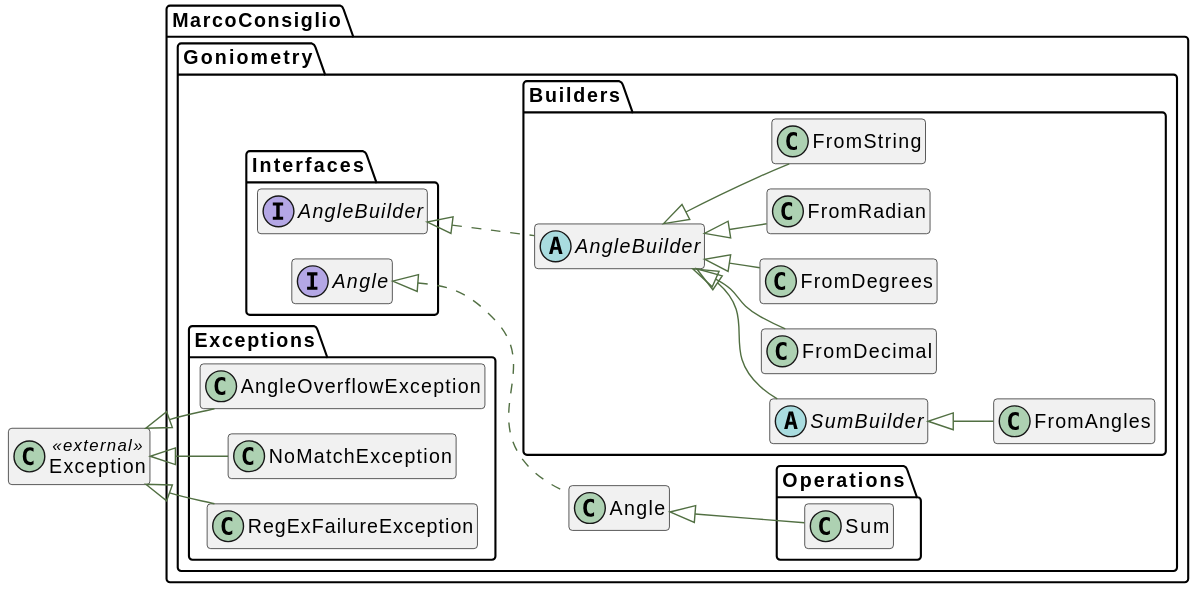
The PlantUML diagram docs/html/graphs/classes.svg in MarcoConsiglio/goniometry, before a commit. The source it was exported from:
```plantuml
@startuml
!pragma layout smetana
   skinparam ArrowColor #516f42
   skinparam activityBorderColor #516f42
   skinparam activityBackgroundColor #ffffff
   skinparam activityDiamondBorderColor #516f42
   skinparam activityDiamondBackgroundColor #ffffff
   skinparam shadowing false

skinparam shadowing false
skinparam linetype ortho
hide empty members
left to right direction
set namespaceSeparator \\

namespace MarcoConsiglio\\Goniometry\\Interfaces {
    interface "Angle" as Angle__interface  {
    }
}
namespace MarcoConsiglio\\Goniometry {
     class "Angle" as Angle__class    implements \\MarcoConsiglio\\Goniometry\\Interfaces\\Angle__interface {
    }
}
namespace MarcoConsiglio\\Goniometry\\Interfaces {
    interface "AngleBuilder" as AngleBuilder__interface  {
    }
}
namespace MarcoConsiglio\\Goniometry\\Builders {
    abstract  class "AngleBuilder" as AngleBuilder__class    implements \\MarcoConsiglio\\Goniometry\\Interfaces\\AngleBuilder__interface {
    }
}
namespace MarcoConsiglio\\Goniometry\\Builders {
    abstract  class "SumBuilder" as SumBuilder__class   extends \\MarcoConsiglio\\Goniometry\\Builders\\AngleBuilder__class  {
    }
}
namespace MarcoConsiglio\\Goniometry\\Builders {
     class "FromAngles" as FromAngles__class   extends \\MarcoConsiglio\\Goniometry\\Builders\\SumBuilder__class  {
    }
}
namespace MarcoConsiglio\\Goniometry\\Builders {
     class "FromDecimal" as FromDecimal__class   extends \\MarcoConsiglio\\Goniometry\\Builders\\AngleBuilder__class  {
    }
}
namespace MarcoConsiglio\\Goniometry\\Builders {
     class "FromDegrees" as FromDegrees__class   extends \\MarcoConsiglio\\Goniometry\\Builders\\AngleBuilder__class  {
    }
}
namespace MarcoConsiglio\\Goniometry\\Builders {
     class "FromRadian" as FromRadian__class   extends \\MarcoConsiglio\\Goniometry\\Builders\\AngleBuilder__class  {
    }
}
namespace MarcoConsiglio\\Goniometry\\Builders {
     class "FromString" as FromString__class   extends \\MarcoConsiglio\\Goniometry\\Builders\\AngleBuilder__class  {
    }
}
class "Exception" as Exception__class << external >>{
}
namespace MarcoConsiglio\\Goniometry\\Exceptions {
     class "AngleOverflowException" as AngleOverflowException__class   extends \\Exception__class  {
    }
}
namespace MarcoConsiglio\\Goniometry\\Exceptions {
     class "NoMatchException" as NoMatchException__class   extends \\Exception__class  {
    }
}
namespace MarcoConsiglio\\Goniometry\\Exceptions {
     class "RegExFailureException" as RegExFailureException__class   extends \\Exception__class  {
    }
}
namespace MarcoConsiglio\\Goniometry\\Operations {
     class "Sum" as Sum__class   extends \\MarcoConsiglio\\Goniometry\\Angle__class  {
    }
}
@enduml
```
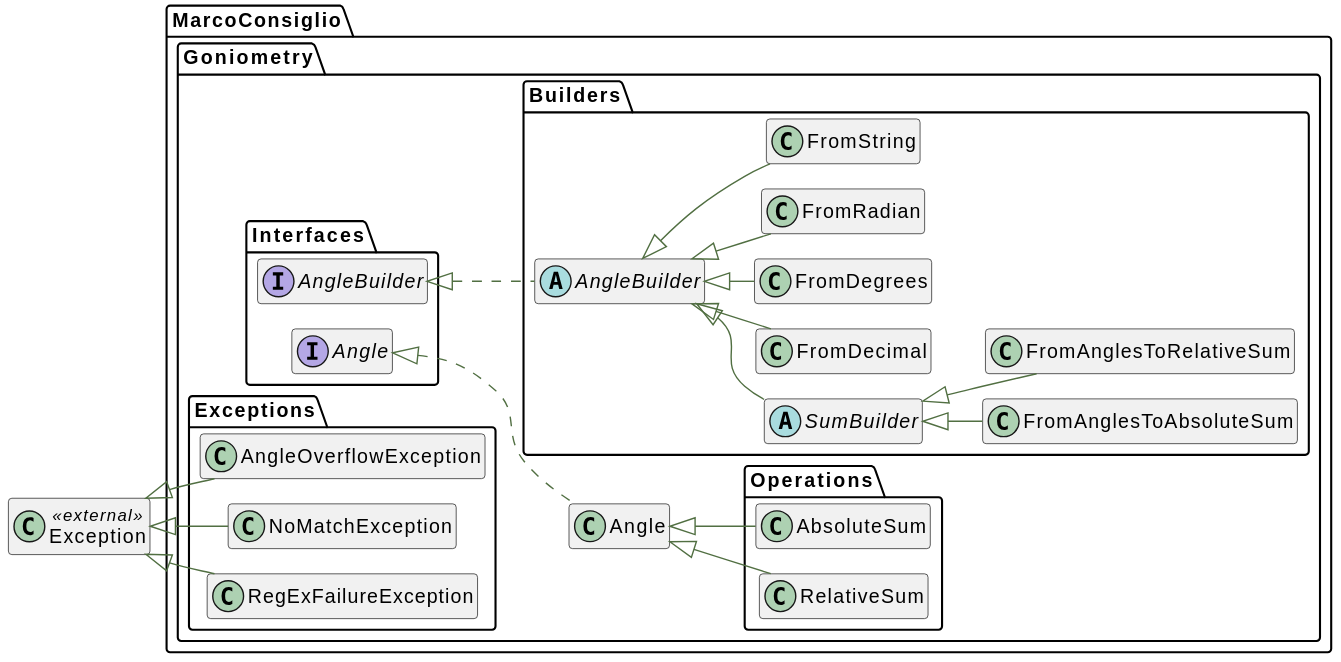
The same file after the commit.

Diff of the diagram source:
```diff
@@ -34,7 +34,11 @@
     }
 }
 namespace MarcoConsiglio\\Goniometry\\Builders {
-     class "FromAngles" as FromAngles__class   extends \\MarcoConsiglio\\Goniometry\\Builders\\SumBuilder__class  {
+     class "FromAnglesToAbsoluteSum" as FromAnglesToAbsoluteSum__class   extends \\MarcoConsiglio\\Goniometry\\Builders\\SumBuilder__class  {
+    }
+}
+namespace MarcoConsiglio\\Goniometry\\Builders {
+     class "FromAnglesToRelativeSum" as FromAnglesToRelativeSum__class   extends \\MarcoConsiglio\\Goniometry\\Builders\\SumBuilder__class  {
     }
 }
 namespace MarcoConsiglio\\Goniometry\\Builders {
@@ -68,7 +72,11 @@
     }
 }
 namespace MarcoConsiglio\\Goniometry\\Operations {
-     class "Sum" as Sum__class   extends \\MarcoConsiglio\\Goniometry\\Angle__class  {
+     class "AbsoluteSum" as AbsoluteSum__class   extends \\MarcoConsiglio\\Goniometry\\Angle__class  {
+    }
+}
+namespace MarcoConsiglio\\Goniometry\\Operations {
+     class "RelativeSum" as RelativeSum__class   extends \\MarcoConsiglio\\Goniometry\\Angle__class  {
     }
 }
 @enduml
```
